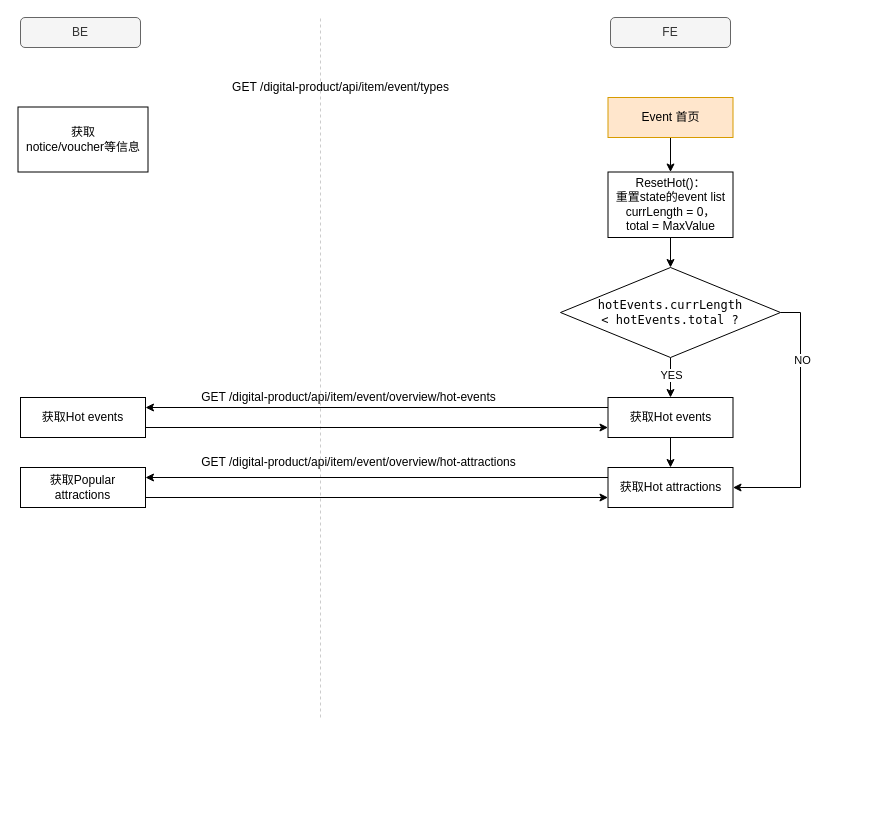
Before: page "home" (2 of 6) of Event/event.drawio in junhong2021/Hotel-, a draw.io diagram. Source tidied: cells renumbered, new cells numbered last; positions are measured from the earlier drawing's top-left corner, leaving out a move shared by most shapes. Both pictures are drawn from the tidied source at 100%, with x=0, y=0 at pixel (18, 17).
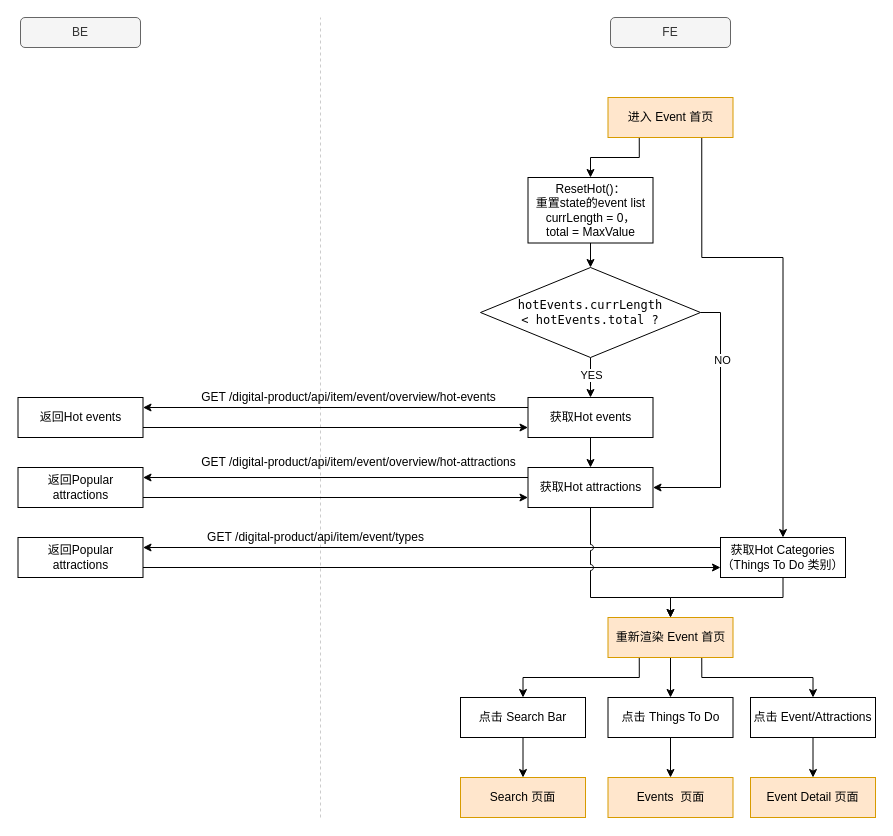
Above is the later version.

The edit, as a diff of the source:
```diff
@@
-<mxGraphModel>
+<mxGraphModel background="#ffffff">
@@
-    <mxCell id="2" style="edgeStyle=orthogonalEdgeStyle;rounded=0;jettySize=auto;html=1;exitX=0.5;exitY=1;exitDx=0;exitDy=0;entryX=0.5;entryY=0;entryDx=0;entryDy=0;" parent="1" edge="1" source="3" target="17">
+    <mxCell id="2" style="edgeStyle=orthogonalEdgeStyle;rounded=0;jettySize=auto;html=1;exitX=0.25;exitY=1;exitDx=0;exitDy=0;entryX=0.5;entryY=0;entryDx=0;entryDy=0;" parent="1" edge="1" source="3" target="17">
       <mxGeometry relative="1" as="geometry" />
     </mxCell>
+    <mxCell id="27" style="edgeStyle=orthogonalEdgeStyle;rounded=0;jettySize=auto;html=1;exitX=0.75;exitY=1;exitDx=0;exitDy=0;entryX=0.5;entryY=0;entryDx=0;entryDy=0;" parent="1" edge="1" source="3" target="29">
+      <mxGeometry relative="1" as="geometry">
+        <Array as="points">
+          <mxPoint x="683" y="240" />
+          <mxPoint x="765" y="240" />
+        </Array>
+      </mxGeometry>
+    </mxCell>
-    <mxCell id="3" value="Event 首页" style="rounded=0;whiteSpace=wrap;html=1;fillColor=#ffe6cc;strokeColor=#d79b00;" parent="1" vertex="1">
+    <mxCell id="3" value="进入 Event 首页" style="rounded=0;whiteSpace=wrap;html=1;fillColor=#ffe6cc;strokeColor=#d79b00;" parent="1" vertex="1">
       <mxGeometry x="589.5" y="80" width="125" height="40" as="geometry" />
     </mxCell>
@@
-    <mxCell id="6" value="获取&lt;br&gt;notice/voucher等信息" style="rounded=0;whiteSpace=wrap;html=1;" parent="1" vertex="1">
-      <mxGeometry x="-0.5" y="89.5" width="130" height="65" as="geometry" />
-    </mxCell>
     <mxCell id="7" style="endArrow=none;dashed=1;html=1;strokeColor=#CCCCCC;" parent="1" edge="1">
       <mxGeometry relative="1" as="geometry">
-        <mxPoint x="302" y="700" as="sourcePoint" />
+        <mxPoint x="302" y="800" as="sourcePoint" />
         <mxPoint x="302" as="targetPoint" />
       </mxGeometry>
     </mxCell>
@@
     <mxCell id="10" value="GET&amp;nbsp;/digital-product/api/item/event/types" style="text;html=1;align=center;verticalAlign=middle;strokeColor=none;" parent="1" vertex="1">
-      <mxGeometry x="207" y="60" width="230" height="20" as="geometry" />
+      <mxGeometry x="182" y="510" width="230" height="20" as="geometry" />
     </mxCell>
@@
     <mxCell id="15" value="&lt;span style=&quot;background-color: rgb(255 , 255 , 255)&quot;&gt;&lt;span style=&quot;font-family: &amp;#34;menlo&amp;#34; , &amp;#34;monaco&amp;#34; , &amp;#34;courier new&amp;#34; , monospace&quot;&gt;hotEvents&lt;/span&gt;&lt;span style=&quot;font-family: &amp;#34;menlo&amp;#34; , &amp;#34;monaco&amp;#34; , &amp;#34;courier new&amp;#34; , monospace&quot;&gt;.&lt;/span&gt;&lt;span style=&quot;font-family: &amp;#34;menlo&amp;#34; , &amp;#34;monaco&amp;#34; , &amp;#34;courier new&amp;#34; , monospace&quot;&gt;currLength&lt;/span&gt;&lt;span style=&quot;font-family: &amp;#34;menlo&amp;#34; , &amp;#34;monaco&amp;#34; , &amp;#34;courier new&amp;#34; , monospace&quot;&gt; &lt;br&gt;&amp;lt; &lt;/span&gt;&lt;span style=&quot;font-family: &amp;#34;menlo&amp;#34; , &amp;#34;monaco&amp;#34; , &amp;#34;courier new&amp;#34; , monospace&quot;&gt;hotEvents&lt;/span&gt;&lt;span style=&quot;font-family: &amp;#34;menlo&amp;#34; , &amp;#34;monaco&amp;#34; , &amp;#34;courier new&amp;#34; , monospace&quot;&gt;.&lt;/span&gt;&lt;span style=&quot;font-family: &amp;#34;menlo&amp;#34; , &amp;#34;monaco&amp;#34; , &amp;#34;courier new&amp;#34; , monospace&quot;&gt;total ?&lt;/span&gt;&lt;/span&gt;" style="rhombus;whiteSpace=wrap;html=1;" parent="1" vertex="1">
-      <mxGeometry x="542" y="250" width="220" height="90" as="geometry" />
+      <mxGeometry x="462" y="250" width="220" height="90" as="geometry" />
     </mxCell>
@@
     <mxCell id="17" value="ResetHot()：&lt;br&gt;重置state的event list&lt;br&gt;currLength = 0，&lt;br&gt;total = MaxValue" style="rounded=0;whiteSpace=wrap;html=1;" parent="1" vertex="1">
-      <mxGeometry x="589.5" y="154.5" width="125" height="65.5" as="geometry" />
+      <mxGeometry x="509.5" y="160" width="125" height="65.5" as="geometry" />
     </mxCell>
@@
     <mxCell id="20" value="获取Hot events" style="rounded=0;whiteSpace=wrap;html=1;" parent="1" vertex="1">
-      <mxGeometry x="589.5" y="380" width="125" height="40" as="geometry" />
+      <mxGeometry x="509.5" y="380" width="125" height="40" as="geometry" />
     </mxCell>
     <mxCell id="21" value="获取Hot attractions" style="rounded=0;whiteSpace=wrap;html=1;" parent="1" vertex="1">
-      <mxGeometry x="589.5" y="450" width="125" height="40" as="geometry" />
+      <mxGeometry x="509.5" y="450" width="125" height="40" as="geometry" />
     </mxCell>
@@
-    <mxCell id="23" value="获取Hot events" style="rounded=0;whiteSpace=wrap;html=1;" parent="1" vertex="1">
-      <mxGeometry x="2" y="380" width="125" height="40" as="geometry" />
+    <mxCell id="23" value="返回Hot events" style="rounded=0;whiteSpace=wrap;html=1;" parent="1" vertex="1">
+      <mxGeometry x="-0.5" y="380" width="125" height="40" as="geometry" />
     </mxCell>
@@
-    <mxCell id="26" value="获取Popular attractions" style="rounded=0;whiteSpace=wrap;html=1;" parent="1" vertex="1">
-      <mxGeometry x="2" y="450" width="125" height="40" as="geometry" />
+    <mxCell id="26" value="返回Popular attractions" style="rounded=0;whiteSpace=wrap;html=1;" parent="1" vertex="1">
+      <mxGeometry x="-0.5" y="450" width="125" height="40" as="geometry" />
     </mxCell>
+    <mxCell id="28" style="edgeStyle=orthogonalEdgeStyle;rounded=0;jettySize=auto;html=1;exitX=0.5;exitY=1;exitDx=0;exitDy=0;entryX=0.5;entryY=0;entryDx=0;entryDy=0;" parent="1" edge="1" source="29" target="36">
+      <mxGeometry relative="1" as="geometry" />
+    </mxCell>
+    <mxCell id="29" value="获取Hot Categories&lt;br&gt;（Things To Do 类别）" style="rounded=0;whiteSpace=wrap;html=1;" parent="1" vertex="1">
+      <mxGeometry x="702" y="520" width="125" height="40" as="geometry" />
+    </mxCell>
+    <mxCell id="30" style="edgeStyle=orthogonalEdgeStyle;rounded=0;jettySize=auto;html=1;exitX=0;exitY=0.25;exitDx=0;exitDy=0;entryX=1;entryY=0.25;entryDx=0;entryDy=0;" parent="1" edge="1" source="29" target="32">
+      <mxGeometry relative="1" as="geometry" />
+    </mxCell>
+    <mxCell id="31" style="edgeStyle=orthogonalEdgeStyle;rounded=0;jettySize=auto;html=1;exitX=1;exitY=0.75;exitDx=0;exitDy=0;entryX=0;entryY=0.75;entryDx=0;entryDy=0;" parent="1" edge="1" source="32" target="29">
+      <mxGeometry relative="1" as="geometry" />
+    </mxCell>
+    <mxCell id="32" value="返回Popular attractions" style="rounded=0;whiteSpace=wrap;html=1;" parent="1" vertex="1">
+      <mxGeometry x="-0.5" y="520" width="125" height="40" as="geometry" />
+    </mxCell>
+    <mxCell id="33" style="edgeStyle=orthogonalEdgeStyle;rounded=0;jumpStyle=arc;jettySize=auto;html=1;exitX=0.25;exitY=1;exitDx=0;exitDy=0;entryX=0.5;entryY=0;entryDx=0;entryDy=0;" parent="1" edge="1" source="36" target="39">
+      <mxGeometry relative="1" as="geometry" />
+    </mxCell>
+    <mxCell id="34" style="edgeStyle=orthogonalEdgeStyle;rounded=0;jumpStyle=arc;jettySize=auto;html=1;exitX=0.5;exitY=1;exitDx=0;exitDy=0;entryX=0.5;entryY=0;entryDx=0;entryDy=0;" parent="1" edge="1" source="36" target="41">
+      <mxGeometry relative="1" as="geometry" />
+    </mxCell>
+    <mxCell id="35" style="edgeStyle=orthogonalEdgeStyle;rounded=0;jumpStyle=arc;jettySize=auto;html=1;exitX=0.75;exitY=1;exitDx=0;exitDy=0;entryX=0.5;entryY=0;entryDx=0;entryDy=0;" parent="1" edge="1" source="36" target="43">
+      <mxGeometry relative="1" as="geometry" />
+    </mxCell>
+    <mxCell id="36" value="&lt;span&gt;重新渲染 Event 首页&lt;/span&gt;" style="rounded=0;whiteSpace=wrap;html=1;fillColor=#ffe6cc;strokeColor=#d79b00;" parent="1" vertex="1">
+      <mxGeometry x="589.5" y="600" width="125" height="40" as="geometry" />
+    </mxCell>
+    <mxCell id="37" style="edgeStyle=orthogonalEdgeStyle;rounded=0;jettySize=auto;html=1;exitX=0.5;exitY=1;exitDx=0;exitDy=0;entryX=0.5;entryY=0;entryDx=0;entryDy=0;jumpStyle=arc;" parent="1" edge="1" source="21" target="36">
+      <mxGeometry relative="1" as="geometry">
+        <Array as="points">
+          <mxPoint x="572" y="580" />
+          <mxPoint x="652" y="580" />
+        </Array>
+      </mxGeometry>
+    </mxCell>
+    <mxCell id="38" style="edgeStyle=orthogonalEdgeStyle;rounded=0;jumpStyle=arc;jettySize=auto;html=1;exitX=0.5;exitY=1;exitDx=0;exitDy=0;entryX=0.5;entryY=0;entryDx=0;entryDy=0;" parent="1" edge="1" source="39" target="44">
+      <mxGeometry relative="1" as="geometry" />
+    </mxCell>
+    <mxCell id="39" value="点击 Search Bar" style="rounded=0;whiteSpace=wrap;html=1;" parent="1" vertex="1">
+      <mxGeometry x="442" y="680" width="125" height="40" as="geometry" />
+    </mxCell>
+    <mxCell id="40" style="edgeStyle=orthogonalEdgeStyle;rounded=0;jumpStyle=arc;jettySize=auto;html=1;exitX=0.5;exitY=1;exitDx=0;exitDy=0;entryX=0.5;entryY=0;entryDx=0;entryDy=0;" parent="1" edge="1" source="41" target="46">
+      <mxGeometry relative="1" as="geometry" />
+    </mxCell>
+    <mxCell id="41" value="点击 Things To Do" style="rounded=0;whiteSpace=wrap;html=1;" parent="1" vertex="1">
+      <mxGeometry x="589.5" y="680" width="125" height="40" as="geometry" />
+    </mxCell>
+    <mxCell id="42" style="edgeStyle=orthogonalEdgeStyle;rounded=0;jumpStyle=arc;jettySize=auto;html=1;exitX=0.5;exitY=1;exitDx=0;exitDy=0;entryX=0.5;entryY=0;entryDx=0;entryDy=0;" parent="1" edge="1" source="43" target="45">
+      <mxGeometry relative="1" as="geometry" />
+    </mxCell>
+    <mxCell id="43" value="点击 Event/Attractions" style="rounded=0;whiteSpace=wrap;html=1;" parent="1" vertex="1">
+      <mxGeometry x="732" y="680" width="125" height="40" as="geometry" />
+    </mxCell>
+    <mxCell id="44" value="&lt;span&gt;Search 页面&lt;/span&gt;" style="rounded=0;whiteSpace=wrap;html=1;fillColor=#ffe6cc;strokeColor=#d79b00;" parent="1" vertex="1">
+      <mxGeometry x="442" y="760" width="125" height="40" as="geometry" />
+    </mxCell>
+    <mxCell id="45" value="&lt;span&gt;Event Detail 页面&lt;/span&gt;" style="rounded=0;whiteSpace=wrap;html=1;fillColor=#ffe6cc;strokeColor=#d79b00;" parent="1" vertex="1">
+      <mxGeometry x="732" y="760" width="125" height="40" as="geometry" />
+    </mxCell>
+    <mxCell id="46" value="&lt;span&gt;Events&amp;nbsp; 页面&lt;/span&gt;" style="rounded=0;whiteSpace=wrap;html=1;fillColor=#ffe6cc;strokeColor=#d79b00;" parent="1" vertex="1">
+      <mxGeometry x="589.5" y="760" width="125" height="40" as="geometry" />
+    </mxCell>
```
